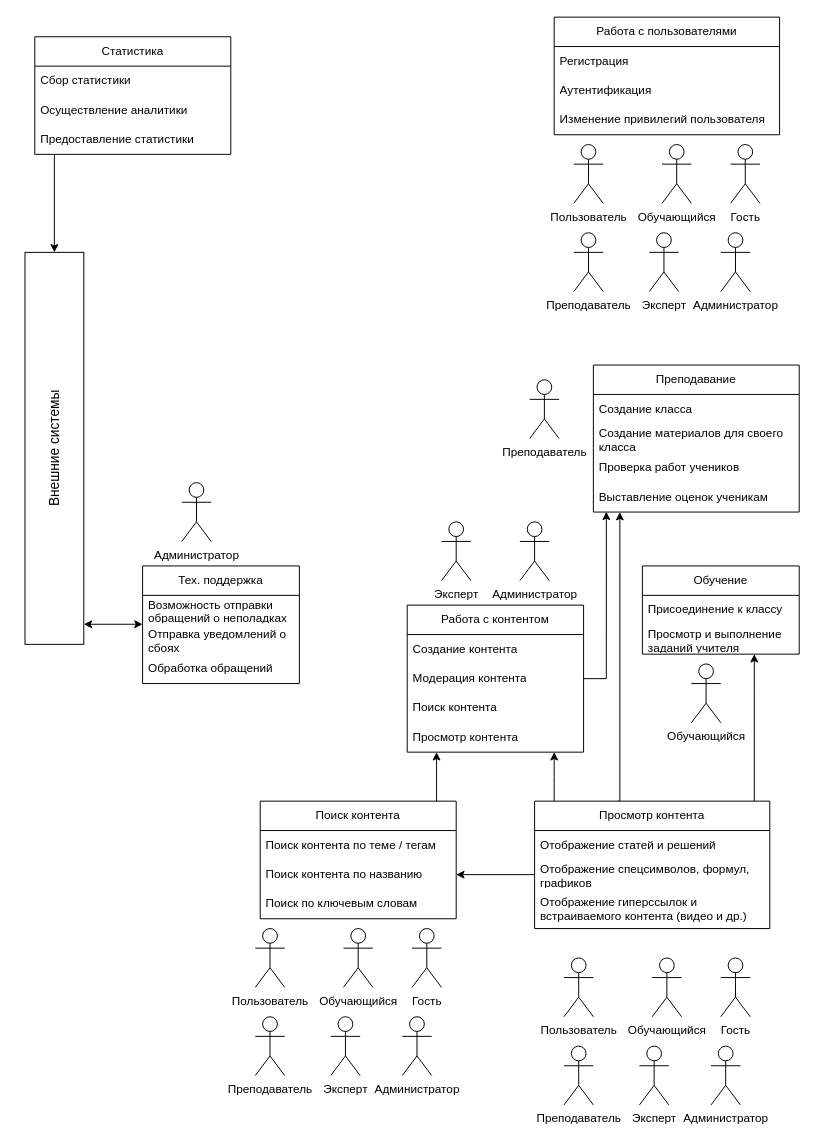
Earlier version of the draw.io diagram ПИС_3_2.drawio (v-tempe/draw.io). Source tidied: cells renumbered, new cells numbered last; positions are measured from the earlier drawing's top-left corner, leaving out a move shared by most shapes. Both pictures are drawn from the tidied source at 98%, with x=0, y=0 at pixel (-142, 17).
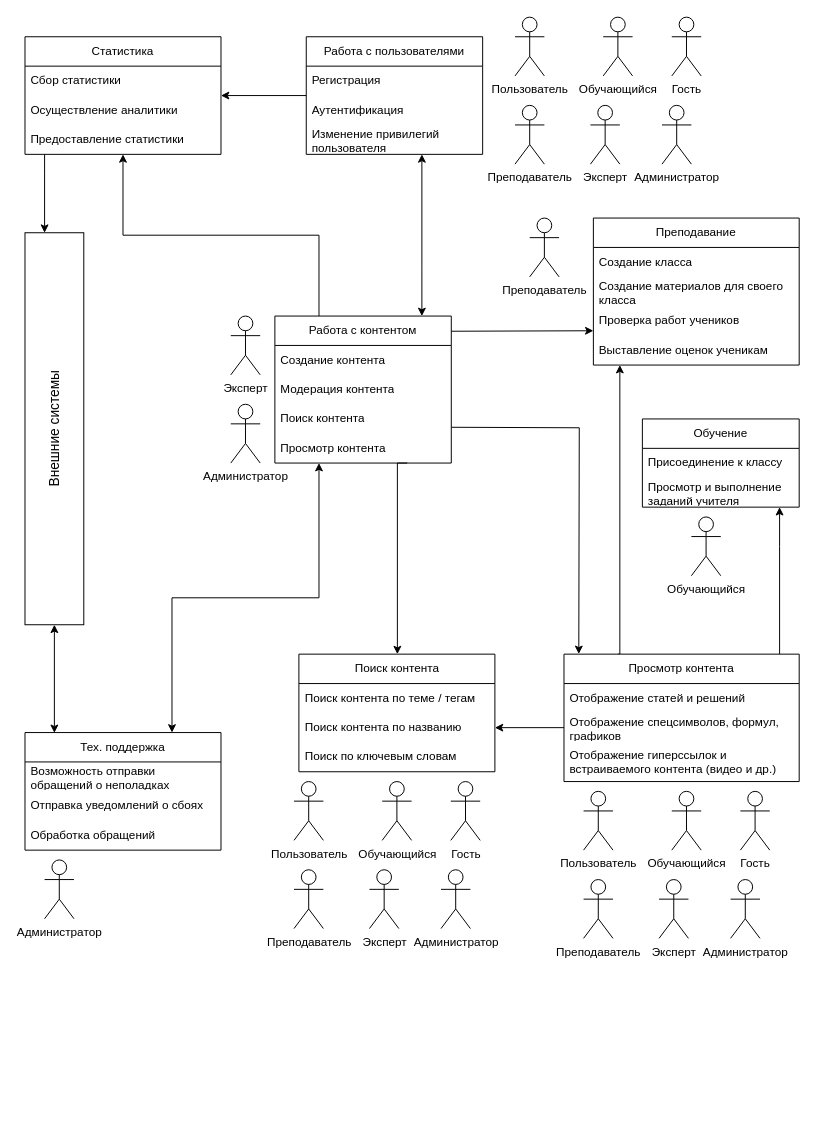
The same diagram, later.

The change refers to these unchanged cells:
```xml
<mxCell id="11" value="Модерация контента" style="text;strokeColor=none;fillColor=none;align=left;verticalAlign=middle;spacingLeft=4;spacingRight=4;overflow=hidden;points=[[0,0.5],[1,0.5]];portConstraint=eastwest;whiteSpace=wrap;html=1;" parent="9" vertex="1">
  <mxGeometry y="60" width="180" height="30" as="geometry" />
</mxCell>
<mxCell id="39" value="Выставление оценок ученикам" style="text;strokeColor=none;fillColor=none;align=left;verticalAlign=middle;spacingLeft=4;spacingRight=4;overflow=hidden;points=[[0,0.5],[1,0.5]];portConstraint=eastwest;whiteSpace=wrap;html=1;" parent="35" vertex="1">
  <mxGeometry y="120" width="210" height="30" as="geometry" />
</mxCell>
<mxCell id="58" value="Отображение спецсимволов, формул, графиков" style="text;strokeColor=none;fillColor=none;align=left;verticalAlign=middle;spacingLeft=4;spacingRight=4;overflow=hidden;points=[[0,0.5],[1,0.5]];portConstraint=eastwest;whiteSpace=wrap;html=1;" parent="56" vertex="1">
  <mxGeometry y="60" width="240" height="30" as="geometry" />
</mxCell>
```

The edit, as a diff of the source:
```diff
@@
     <mxCell id="2" value="Администратор" style="shape=umlActor;verticalLabelPosition=bottom;verticalAlign=top;html=1;" parent="1" vertex="1">
-      <mxGeometry x="675" y="515" width="30" height="60" as="geometry" />
+      <mxGeometry x="380" y="395" width="30" height="60" as="geometry" />
     </mxCell>
     <mxCell id="3" value="Эксперт" style="shape=umlActor;verticalLabelPosition=bottom;verticalAlign=top;html=1;" parent="1" vertex="1">
-      <mxGeometry x="595" y="515" width="30" height="60" as="geometry" />
+      <mxGeometry x="380" y="305" width="30" height="60" as="geometry" />
     </mxCell>
+    <mxCell id="67" style="edgeStyle=orthogonalEdgeStyle;rounded=0;jettySize=auto;html=1;entryX=0.15;entryY=0.003;entryDx=0;entryDy=0;entryPerimeter=0;startArrow=classic;startFill=1;" parent="1" edge="1" source="4" target="5">
+      <mxGeometry relative="1" as="geometry" />
+    </mxCell>
     <mxCell id="4" value="Внешние системы" style="rounded=0;whiteSpace=wrap;html=1;rotation=-90;fontSize=14;" parent="1" vertex="1">
-      <mxGeometry y="410" width="400" height="60" as="geometry" />
+      <mxGeometry y="390" width="400" height="60" as="geometry" />
     </mxCell>
+    <mxCell id="68" style="edgeStyle=orthogonalEdgeStyle;rounded=0;jettySize=auto;html=1;entryX=0.25;entryY=1;entryDx=0;entryDy=0;exitX=0.75;exitY=0;exitDx=0;exitDy=0;startArrow=classic;startFill=1;" parent="1" edge="1" source="5" target="9">
+      <mxGeometry relative="1" as="geometry" />
+    </mxCell>
     <mxCell id="5" value="Тех. поддержка" style="swimlane;fontStyle=0;horizontal=1;startSize=30;whiteSpace=wrap;html=1;" parent="1" vertex="1">
-      <mxGeometry x="290" y="560" width="160" height="120" as="geometry" />
+      <mxGeometry x="170" y="730" width="200" height="120" as="geometry" />
     </mxCell>
     <mxCell id="6" value="Возможность отправки обращений о неполадках" style="text;strokeColor=none;fillColor=none;align=left;verticalAlign=middle;spacingLeft=4;spacingRight=4;overflow=hidden;whiteSpace=wrap;html=1;" parent="5" vertex="1">
-      <mxGeometry y="30" width="160" height="30" as="geometry" />
+      <mxGeometry y="30" width="200" height="30" as="geometry" />
     </mxCell>
     <mxCell id="7" value="Отправка уведомлений о сбоях" style="text;strokeColor=none;fillColor=none;align=left;verticalAlign=middle;spacingLeft=4;spacingRight=4;overflow=hidden;whiteSpace=wrap;html=1;" parent="5" vertex="1">
-      <mxGeometry y="60" width="160" height="30" as="geometry" />
+      <mxGeometry y="60" width="200" height="30" as="geometry" />
     </mxCell>
     <mxCell id="8" value="Обработка обращений" style="text;strokeColor=none;fillColor=none;align=left;verticalAlign=middle;spacingLeft=4;spacingRight=4;overflow=hidden;whiteSpace=wrap;html=1;" parent="5" vertex="1">
-      <mxGeometry y="90" width="160" height="30" as="geometry" />
+      <mxGeometry y="90" width="200" height="30" as="geometry" />
     </mxCell>
+    <mxCell id="69" style="edgeStyle=orthogonalEdgeStyle;rounded=0;jettySize=auto;html=1;exitX=0.75;exitY=1;exitDx=0;exitDy=0;" parent="1" edge="1" source="9" target="51">
+      <mxGeometry relative="1" as="geometry">
+        <Array as="points">
+          <mxPoint x="550" y="455" />
+        </Array>
+      </mxGeometry>
+    </mxCell>
+    <mxCell id="70" style="edgeStyle=orthogonalEdgeStyle;rounded=0;orthogonalLoop=1;jettySize=auto;html=1;entryX=0.063;entryY=-0.009;entryDx=0;entryDy=0;exitX=1;exitY=0.75;exitDx=0;exitDy=0;entryPerimeter=0;" parent="1" edge="1">
+      <mxGeometry relative="1" as="geometry">
+        <mxPoint x="605" y="418.5" as="sourcePoint" />
+        <mxPoint x="735.1" y="649.8" as="targetPoint" />
+      </mxGeometry>
+    </mxCell>
+    <mxCell id="71" style="edgeStyle=orthogonalEdgeStyle;rounded=0;jettySize=auto;html=1;exitX=0.25;exitY=0;exitDx=0;exitDy=0;" parent="1" edge="1" source="9" target="20">
+      <mxGeometry relative="1" as="geometry" />
+    </mxCell>
+    <mxCell id="72" style="edgeStyle=orthogonalEdgeStyle;rounded=0;orthogonalLoop=1;jettySize=auto;html=1;startArrow=classic;startFill=1;" parent="1" edge="1">
+      <mxGeometry relative="1" as="geometry">
+        <mxPoint x="575" y="305" as="sourcePoint" />
+        <mxPoint x="575" y="140" as="targetPoint" />
+        <Array as="points">
+          <mxPoint x="575" y="260" />
+          <mxPoint x="575" y="260" />
+        </Array>
+      </mxGeometry>
+    </mxCell>
     <mxCell id="9" value="Работа с контентом" style="swimlane;fontStyle=0;horizontal=1;startSize=30;whiteSpace=wrap;html=1;" parent="1" vertex="1">
-      <mxGeometry x="560" y="600" width="180" height="150" as="geometry" />
+      <mxGeometry x="425" y="305" width="180" height="150" as="geometry" />
     </mxCell>
@@
     <mxCell id="14" style="edgeStyle=orthogonalEdgeStyle;rounded=0;orthogonalLoop=1;jettySize=auto;html=1;exitX=0.25;exitY=0;exitDx=0;exitDy=0;" parent="1" edge="1">
       <mxGeometry relative="1" as="geometry">
-        <mxPoint x="775" y="800" as="sourcePoint" />
-        <mxPoint x="777" y="505" as="targetPoint" />
+        <mxPoint x="775" y="650" as="sourcePoint" />
+        <mxPoint x="777" y="355" as="targetPoint" />
         <Array as="points">
-          <mxPoint x="777" y="800" />
+          <mxPoint x="777" y="650" />
         </Array>
       </mxGeometry>
     </mxCell>
-    <mxCell id="15" style="edgeStyle=orthogonalEdgeStyle;rounded=0;jettySize=auto;html=1;exitX=0.75;exitY=0;exitDx=0;exitDy=0;" parent="1" edge="1" target="32">
+    <mxCell id="15" style="edgeStyle=orthogonalEdgeStyle;rounded=0;orthogonalLoop=1;jettySize=auto;html=1;exitX=0.75;exitY=0;exitDx=0;exitDy=0;" parent="1" edge="1">
       <mxGeometry relative="1" as="geometry">
-        <mxPoint x="914.2" y="800" as="sourcePoint" />
+        <mxPoint x="940" y="650" as="sourcePoint" />
+        <mxPoint x="940" y="500" as="targetPoint" />
         <Array as="points">
-          <mxPoint x="914" y="690" />
-          <mxPoint x="914" y="690" />
+          <mxPoint x="939.8" y="540" />
+          <mxPoint x="939.8" y="540" />
         </Array>
       </mxGeometry>
     </mxCell>
     <mxCell id="16" value="Работа с пользователями" style="swimlane;fontStyle=0;horizontal=1;startSize=30;whiteSpace=wrap;html=1;" parent="1" vertex="1">
-      <mxGeometry x="710" width="230" height="120" as="geometry" />
+      <mxGeometry x="457" y="20" width="180" height="120" as="geometry" />
     </mxCell>
     <mxCell id="17" value="Регистрация" style="text;strokeColor=none;fillColor=none;align=left;verticalAlign=middle;spacingLeft=4;spacingRight=4;overflow=hidden;whiteSpace=wrap;html=1;" parent="16" vertex="1">
-      <mxGeometry y="30" width="230" height="30" as="geometry" />
+      <mxGeometry y="30" width="180" height="30" as="geometry" />
     </mxCell>
     <mxCell id="18" value="Аутентификация" style="text;strokeColor=none;fillColor=none;align=left;verticalAlign=middle;spacingLeft=4;spacingRight=4;overflow=hidden;whiteSpace=wrap;html=1;" parent="16" vertex="1">
-      <mxGeometry y="60" width="230" height="30" as="geometry" />
+      <mxGeometry y="60" width="180" height="30" as="geometry" />
     </mxCell>
     <mxCell id="19" value="Изменение привилегий пользователя" style="text;strokeColor=none;fillColor=none;align=left;verticalAlign=middle;spacingLeft=4;spacingRight=4;overflow=hidden;whiteSpace=wrap;html=1;" parent="16" vertex="1">
-      <mxGeometry y="90" width="230" height="30" as="geometry" />
+      <mxGeometry y="90" width="180" height="30" as="geometry" />
     </mxCell>
+    <mxCell id="73" style="edgeStyle=orthogonalEdgeStyle;rounded=0;jettySize=auto;html=1;startArrow=classic;startFill=1;endArrow=none;endFill=0;" parent="1" edge="1" source="20" target="16">
+      <mxGeometry relative="1" as="geometry" />
+    </mxCell>
+    <mxCell id="74" style="edgeStyle=orthogonalEdgeStyle;rounded=0;orthogonalLoop=1;jettySize=auto;html=1;" parent="1" edge="1">
+      <mxGeometry relative="1" as="geometry">
+        <mxPoint x="190" y="140" as="sourcePoint" />
+        <mxPoint x="190" y="220" as="targetPoint" />
+        <Array as="points">
+          <mxPoint x="190" y="160" />
+          <mxPoint x="190" y="160" />
+        </Array>
+      </mxGeometry>
+    </mxCell>
     <mxCell id="20" value="Статистика" style="swimlane;fontStyle=0;horizontal=1;startSize=30;whiteSpace=wrap;html=1;" parent="1" vertex="1">
-      <mxGeometry x="180" y="20" width="200" height="120" as="geometry" />
+      <mxGeometry x="170" y="20" width="200" height="120" as="geometry" />
     </mxCell>
@@
-    <mxCell id="24" style="edgeStyle=orthogonalEdgeStyle;rounded=0;jettySize=auto;html=1;" parent="1" edge="1" source="20" target="4">
-      <mxGeometry relative="1" as="geometry">
-        <Array as="points">
-          <mxPoint x="200" y="160" />
-          <mxPoint x="200" y="160" />
-        </Array>
-      </mxGeometry>
-    </mxCell>
     <mxCell id="25" value="Преподаватель" style="shape=umlActor;verticalLabelPosition=bottom;verticalAlign=top;html=1;" parent="1" vertex="1">
-      <mxGeometry x="405" y="1020" width="30" height="60" as="geometry" />
+      <mxGeometry x="444.5" y="870" width="30" height="60" as="geometry" />
     </mxCell>
     <mxCell id="26" value="Обучающийся" style="shape=umlActor;verticalLabelPosition=bottom;verticalAlign=top;html=1;" parent="1" vertex="1">
-      <mxGeometry x="495" y="930" width="30" height="60" as="geometry" />
+      <mxGeometry x="534.5" y="780" width="30" height="60" as="geometry" />
     </mxCell>
     <mxCell id="27" value="Пользователь" style="shape=umlActor;verticalLabelPosition=bottom;verticalAlign=top;html=1;" parent="1" vertex="1">
-      <mxGeometry x="405" y="930" width="30" height="60" as="geometry" />
+      <mxGeometry x="444.5" y="780" width="30" height="60" as="geometry" />
     </mxCell>
     <mxCell id="28" value="Администратор" style="shape=umlActor;verticalLabelPosition=bottom;verticalAlign=top;html=1;" parent="1" vertex="1">
-      <mxGeometry x="330" y="475" width="30" height="60" as="geometry" />
+      <mxGeometry x="190" y="860" width="30" height="60" as="geometry" />
     </mxCell>
     <mxCell id="29" value="Эксперт" style="shape=umlActor;verticalLabelPosition=bottom;verticalAlign=top;html=1;" parent="1" vertex="1">
-      <mxGeometry x="482" y="1020" width="30" height="60" as="geometry" />
+      <mxGeometry x="521.5" y="870" width="30" height="60" as="geometry" />
     </mxCell>
     <mxCell id="30" value="Администратор" style="shape=umlActor;verticalLabelPosition=bottom;verticalAlign=top;html=1;" parent="1" vertex="1">
-      <mxGeometry x="555" y="1020" width="30" height="60" as="geometry" />
+      <mxGeometry x="594.5" y="870" width="30" height="60" as="geometry" />
     </mxCell>
-    <mxCell id="31" style="edgeStyle=orthogonalEdgeStyle;rounded=0;orthogonalLoop=1;jettySize=auto;html=1;startArrow=classic;startFill=1;" parent="1" edge="1">
-      <mxGeometry relative="1" as="geometry">
-        <mxPoint x="230" y="619.5" as="sourcePoint" />
-        <mxPoint x="290" y="619.5" as="targetPoint" />
-        <Array as="points">
-          <mxPoint x="270" y="619.5" />
-          <mxPoint x="270" y="619.5" />
-        </Array>
-      </mxGeometry>
-    </mxCell>
     <mxCell id="32" value="Обучение" style="swimlane;fontStyle=0;horizontal=1;startSize=30;whiteSpace=wrap;html=1;" parent="1" vertex="1">
-      <mxGeometry x="800" y="560" width="160" height="90" as="geometry" />
+      <mxGeometry x="800" y="410" width="160" height="90" as="geometry" />
     </mxCell>
@@
     <mxCell id="35" value="Преподавание" style="swimlane;fontStyle=0;horizontal=1;startSize=30;whiteSpace=wrap;html=1;" parent="1" vertex="1">
-      <mxGeometry x="750" y="355" width="210" height="150" as="geometry" />
+      <mxGeometry x="750" y="205" width="210" height="150" as="geometry" />
     </mxCell>
@@
     <mxCell id="40" value="Обучающийся" style="shape=umlActor;verticalLabelPosition=bottom;verticalAlign=top;html=1;" parent="1" vertex="1">
-      <mxGeometry x="850" y="660" width="30" height="60" as="geometry" />
+      <mxGeometry x="850" y="510" width="30" height="60" as="geometry" />
     </mxCell>
     <mxCell id="41" value="Преподаватель" style="shape=umlActor;verticalLabelPosition=bottom;verticalAlign=top;html=1;" parent="1" vertex="1">
-      <mxGeometry x="685" y="370" width="30" height="60" as="geometry" />
+      <mxGeometry x="685" y="205" width="30" height="60" as="geometry" />
     </mxCell>
-    <mxCell id="42" style="edgeStyle=orthogonalEdgeStyle;rounded=0;jettySize=auto;html=1;exitX=1;exitY=0.5;exitDx=0;exitDy=0;entryX=0.063;entryY=0.989;entryDx=0;entryDy=0;entryPerimeter=0;" parent="1" edge="1" source="11" target="39">
-      <mxGeometry relative="1" as="geometry" />
+    <mxCell id="42" style="edgeStyle=orthogonalEdgeStyle;rounded=0;orthogonalLoop=1;jettySize=auto;html=1;entryX=0;entryY=0.75;entryDx=0;entryDy=0;" parent="1" edge="1">
+      <mxGeometry relative="1" as="geometry">
+        <mxPoint x="605" y="320.5" as="sourcePoint" />
+        <mxPoint x="750" y="320" as="targetPoint" />
+        <Array as="points">
+          <mxPoint x="605" y="320.5" />
+          <mxPoint x="678" y="320.5" />
+        </Array>
+      </mxGeometry>
     </mxCell>
     <mxCell id="43" value="Гость" style="shape=umlActor;verticalLabelPosition=bottom;verticalAlign=top;html=1;" parent="1" vertex="1">
-      <mxGeometry x="565" y="930" width="30" height="60" as="geometry" />
+      <mxGeometry x="604.5" y="780" width="30" height="60" as="geometry" />
     </mxCell>
     <mxCell id="44" value="Преподаватель" style="shape=umlActor;verticalLabelPosition=bottom;verticalAlign=top;html=1;" parent="1" vertex="1">
-      <mxGeometry x="720" y="1050" width="30" height="60" as="geometry" />
+      <mxGeometry x="740" y="880" width="30" height="60" as="geometry" />
     </mxCell>
     <mxCell id="45" value="Обучающийся" style="shape=umlActor;verticalLabelPosition=bottom;verticalAlign=top;html=1;" parent="1" vertex="1">
-      <mxGeometry x="810" y="960" width="30" height="60" as="geometry" />
+      <mxGeometry x="830" y="790" width="30" height="60" as="geometry" />
     </mxCell>
     <mxCell id="46" value="Пользователь" style="shape=umlActor;verticalLabelPosition=bottom;verticalAlign=top;html=1;" parent="1" vertex="1">
-      <mxGeometry x="720" y="960" width="30" height="60" as="geometry" />
+      <mxGeometry x="740" y="790" width="30" height="60" as="geometry" />
     </mxCell>
     <mxCell id="47" value="Эксперт" style="shape=umlActor;verticalLabelPosition=bottom;verticalAlign=top;html=1;" parent="1" vertex="1">
-      <mxGeometry x="797" y="1050" width="30" height="60" as="geometry" />
+      <mxGeometry x="817" y="880" width="30" height="60" as="geometry" />
     </mxCell>
     <mxCell id="48" value="Администратор" style="shape=umlActor;verticalLabelPosition=bottom;verticalAlign=top;html=1;" parent="1" vertex="1">
-      <mxGeometry x="870" y="1050" width="30" height="60" as="geometry" />
+      <mxGeometry x="890" y="880" width="30" height="60" as="geometry" />
     </mxCell>
     <mxCell id="49" value="Гость" style="shape=umlActor;verticalLabelPosition=bottom;verticalAlign=top;html=1;" parent="1" vertex="1">
-      <mxGeometry x="880" y="960" width="30" height="60" as="geometry" />
+      <mxGeometry x="900" y="790" width="30" height="60" as="geometry" />
     </mxCell>
-    <mxCell id="50" style="edgeStyle=orthogonalEdgeStyle;rounded=0;jettySize=auto;html=1;" parent="1" edge="1" source="51">
-      <mxGeometry relative="1" as="geometry">
-        <mxPoint x="590" y="750" as="targetPoint" />
-        <Array as="points">
-          <mxPoint x="590" y="755" />
-          <mxPoint x="590" y="755" />
-        </Array>
-      </mxGeometry>
-    </mxCell>
     <mxCell id="51" value="Поиск контента" style="swimlane;fontStyle=0;horizontal=1;startSize=30;whiteSpace=wrap;html=1;" parent="1" vertex="1">
-      <mxGeometry x="410" y="800" width="200" height="120" as="geometry" />
+      <mxGeometry x="449.5" y="650" width="200" height="120" as="geometry" />
     </mxCell>
@@
-    <mxCell id="55" style="edgeStyle=orthogonalEdgeStyle;rounded=0;jettySize=auto;html=1;" parent="1" edge="1" source="56">
-      <mxGeometry relative="1" as="geometry">
-        <mxPoint x="710" y="750" as="targetPoint" />
-        <Array as="points">
-          <mxPoint x="710" y="775" />
-          <mxPoint x="710" y="775" />
-        </Array>
-      </mxGeometry>
-    </mxCell>
     <mxCell id="56" value="Просмотр контента" style="swimlane;fontStyle=0;horizontal=1;startSize=30;whiteSpace=wrap;html=1;" parent="1" vertex="1">
-      <mxGeometry x="690" y="800" width="240" height="130" as="geometry" />
+      <mxGeometry x="720" y="650" width="240" height="130" as="geometry" />
     </mxCell>
@@
     <mxCell id="60" style="edgeStyle=orthogonalEdgeStyle;rounded=0;jettySize=auto;html=1;" parent="1" edge="1" source="58" target="51">
       <mxGeometry relative="1" as="geometry">
         <Array as="points">
-          <mxPoint x="540" y="865" />
-          <mxPoint x="540" y="865" />
+          <mxPoint x="540" y="715" />
+          <mxPoint x="540" y="715" />
         </Array>
       </mxGeometry>
     </mxCell>
     <mxCell id="61" value="Преподаватель" style="shape=umlActor;verticalLabelPosition=bottom;verticalAlign=top;html=1;" parent="1" vertex="1">
-      <mxGeometry x="730" y="220" width="30" height="60" as="geometry" />
+      <mxGeometry x="670" y="90" width="30" height="60" as="geometry" />
     </mxCell>
     <mxCell id="62" value="Обучающийся" style="shape=umlActor;verticalLabelPosition=bottom;verticalAlign=top;html=1;" parent="1" vertex="1">
-      <mxGeometry x="820" y="130" width="30" height="60" as="geometry" />
+      <mxGeometry x="760" width="30" height="60" as="geometry" />
     </mxCell>
     <mxCell id="63" value="Пользователь" style="shape=umlActor;verticalLabelPosition=bottom;verticalAlign=top;html=1;" parent="1" vertex="1">
-      <mxGeometry x="730" y="130" width="30" height="60" as="geometry" />
+      <mxGeometry x="670" width="30" height="60" as="geometry" />
     </mxCell>
     <mxCell id="64" value="Эксперт" style="shape=umlActor;verticalLabelPosition=bottom;verticalAlign=top;html=1;" parent="1" vertex="1">
-      <mxGeometry x="807" y="220" width="30" height="60" as="geometry" />
+      <mxGeometry x="747" y="90" width="30" height="60" as="geometry" />
     </mxCell>
     <mxCell id="65" value="Администратор" style="shape=umlActor;verticalLabelPosition=bottom;verticalAlign=top;html=1;" parent="1" vertex="1">
-      <mxGeometry x="880" y="220" width="30" height="60" as="geometry" />
+      <mxGeometry x="820" y="90" width="30" height="60" as="geometry" />
     </mxCell>
     <mxCell id="66" value="Гость" style="shape=umlActor;verticalLabelPosition=bottom;verticalAlign=top;html=1;" parent="1" vertex="1">
-      <mxGeometry x="890" y="130" width="30" height="60" as="geometry" />
+      <mxGeometry x="830" width="30" height="60" as="geometry" />
     </mxCell>
```
